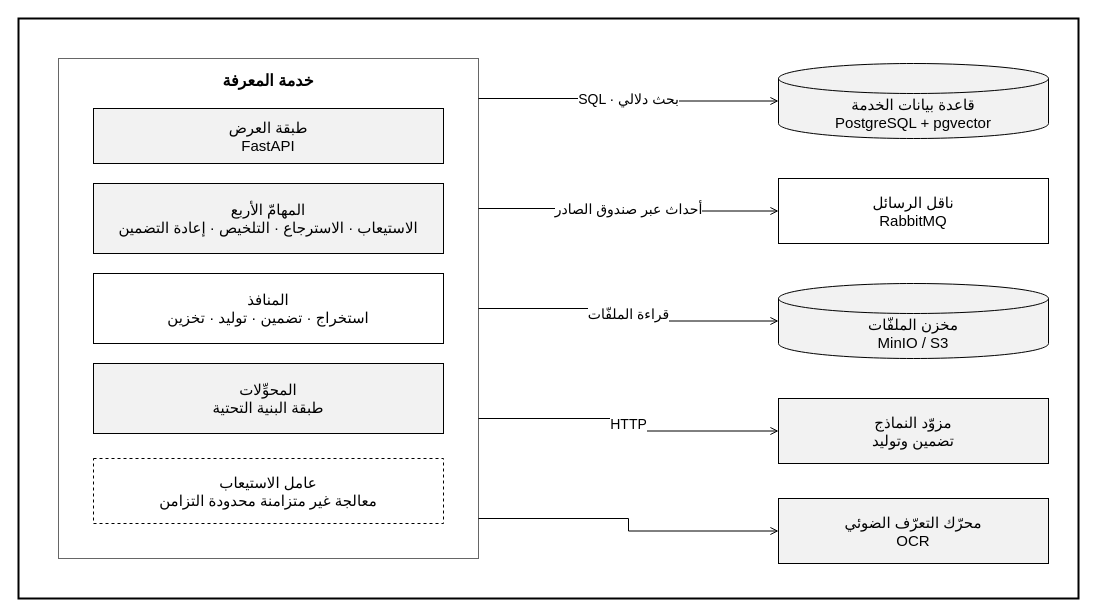
The draw.io diagram docs/report/diagrams/drawio/comp-05-rag.drawio in JafarMahmood123/IntelliLect, before the edit. Source tidied: cells renumbered, new cells numbered last; positions are measured from the earlier drawing's top-left corner, leaving out a move shared by most shapes. Both pictures are drawn from the tidied source at 100%, with x=0, y=0 at pixel (18, 18).
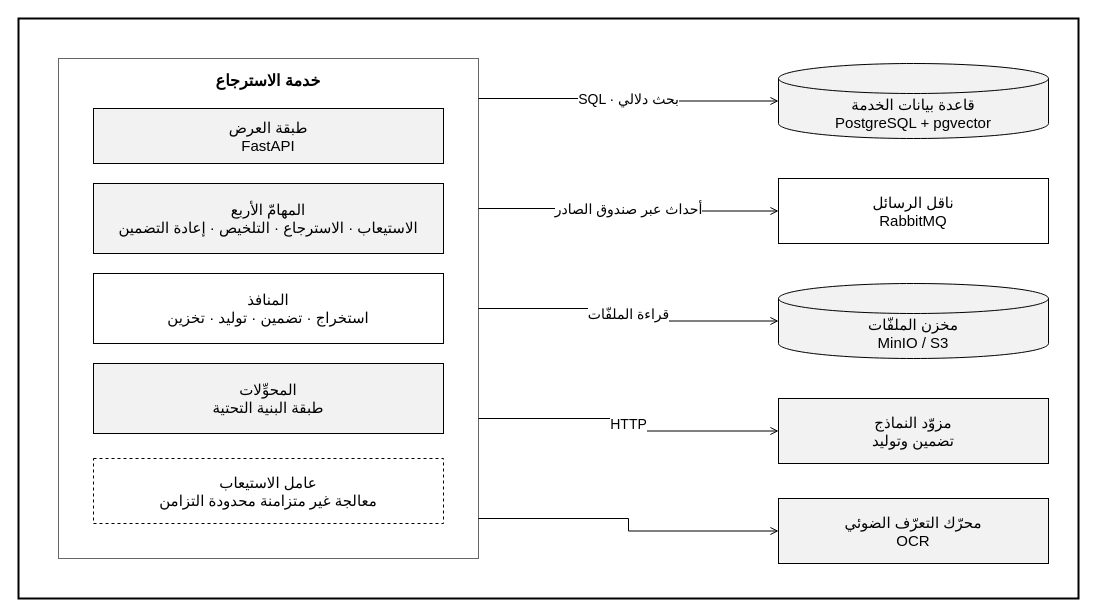
After the change.

Diff of the diagram source:
```diff
@@
 <mxGraphModel>
   <root>
     <mxCell id="0" />
     <mxCell id="1" parent="0" />
     <mxCell id="2" style="rounded=0;whiteSpace=wrap;html=1;fillColor=none;strokeColor=#000000;strokeWidth=2;" parent="1" vertex="1">
       <mxGeometry width="1060" height="580" as="geometry" />
     </mxCell>
-    <mxCell id="3" value="خدمة المعرفة" style="rounded=0;whiteSpace=wrap;html=1;fillColor=none;strokeColor=#666666;verticalAlign=top;fontSize=16;fontStyle=1;spacingTop=6;" parent="1" vertex="1">
+    <mxCell id="3" value="خدمة الاسترجاع" style="rounded=0;whiteSpace=wrap;html=1;fillColor=none;strokeColor=#666666;verticalAlign=top;fontSize=16;fontStyle=1;spacingTop=6;" parent="1" vertex="1">
       <mxGeometry x="40" y="40" width="420" height="500" as="geometry" />
     </mxCell>
     <mxCell id="4" value="طبقة العرض&lt;br&gt;FastAPI" style="rounded=0;whiteSpace=wrap;html=1;fillColor=#F2F2F2;strokeColor=#000000;fontSize=15;" parent="1" vertex="1">
       <mxGeometry x="75" y="90" width="350" height="55" as="geometry" />
     </mxCell>
     <mxCell id="5" value="المهامّ الأربع&lt;br&gt;الاستيعاب · الاسترجاع · التلخيص · إعادة التضمين" style="rounded=0;whiteSpace=wrap;html=1;fillColor=#F2F2F2;strokeColor=#000000;fontSize=15;" parent="1" vertex="1">
       <mxGeometry x="75" y="165" width="350" height="70" as="geometry" />
     </mxCell>
     <mxCell id="6" value="المنافذ&lt;br&gt;استخراج · تضمين · توليد · تخزين" style="rounded=0;whiteSpace=wrap;html=1;fillColor=#FFFFFF;strokeColor=#000000;fontSize=15;" parent="1" vertex="1">
       <mxGeometry x="75" y="255" width="350" height="70" as="geometry" />
     </mxCell>
     <mxCell id="7" value="المحوِّلات&lt;br&gt;طبقة البنية التحتية" style="rounded=0;whiteSpace=wrap;html=1;fillColor=#F2F2F2;strokeColor=#000000;fontSize=15;" parent="1" vertex="1">
       <mxGeometry x="75" y="345" width="350" height="70" as="geometry" />
     </mxCell>
     <mxCell id="8" value="عامل الاستيعاب&lt;br&gt;معالجة غير متزامنة محدودة التزامن" style="rounded=0;whiteSpace=wrap;html=1;fillColor=#FFFFFF;strokeColor=#000000;dashed=1;fontSize=15;" parent="1" vertex="1">
       <mxGeometry x="75" y="440" width="350" height="65" as="geometry" />
     </mxCell>
     <mxCell id="9" value="قاعدة بيانات الخدمة&lt;br&gt;PostgreSQL + pgvector" style="shape=cylinder3;boundedLbl=1;backgroundOutline=1;size=15;whiteSpace=wrap;html=1;fillColor=#F2F2F2;strokeColor=#000000;fontSize=15;" parent="1" vertex="1">
       <mxGeometry x="760" y="45" width="270" height="75" as="geometry" />
     </mxCell>
     <mxCell id="10" value="ناقل الرسائل&lt;br&gt;RabbitMQ" style="rounded=0;whiteSpace=wrap;html=1;fillColor=#FFFFFF;strokeColor=#000000;fontSize=15;" parent="1" vertex="1">
       <mxGeometry x="760" y="160" width="270" height="65" as="geometry" />
     </mxCell>
     <mxCell id="11" value="مخزن الملفّات&lt;br&gt;MinIO / S3" style="shape=cylinder3;boundedLbl=1;backgroundOutline=1;size=15;whiteSpace=wrap;html=1;fillColor=#F2F2F2;strokeColor=#000000;fontSize=15;" parent="1" vertex="1">
       <mxGeometry x="760" y="265" width="270" height="75" as="geometry" />
     </mxCell>
     <mxCell id="12" value="مزوّد النماذج&lt;br&gt;تضمين وتوليد" style="rounded=0;whiteSpace=wrap;html=1;fillColor=#F2F2F2;strokeColor=#000000;fontSize=15;" parent="1" vertex="1">
       <mxGeometry x="760" y="380" width="270" height="65" as="geometry" />
     </mxCell>
     <mxCell id="13" value="محرّك التعرّف الضوئي&lt;br&gt;OCR" style="rounded=0;whiteSpace=wrap;html=1;fillColor=#F2F2F2;strokeColor=#000000;fontSize=15;" parent="1" vertex="1">
       <mxGeometry x="760" y="480" width="270" height="65" as="geometry" />
     </mxCell>
     <mxCell id="14" value="SQL · بحث دلالي" style="edgeStyle=orthogonalEdgeStyle;html=1;rounded=0;endArrow=open;endFill=0;strokeColor=#000000;fontSize=14;exitX=1;exitY=0.08;entryX=0;entryY=0.5;" parent="1" edge="1" source="3" target="9">
       <mxGeometry relative="1" as="geometry" />
     </mxCell>
     <mxCell id="15" value="أحداث عبر صندوق الصادر" style="edgeStyle=orthogonalEdgeStyle;html=1;rounded=0;endArrow=open;endFill=0;strokeColor=#000000;fontSize=14;exitX=1;exitY=0.3;entryX=0;entryY=0.5;" parent="1" edge="1" source="3" target="10">
       <mxGeometry relative="1" as="geometry" />
     </mxCell>
     <mxCell id="16" value="قراءة الملفّات" style="edgeStyle=orthogonalEdgeStyle;html=1;rounded=0;endArrow=open;endFill=0;strokeColor=#000000;fontSize=14;exitX=1;exitY=0.5;entryX=0;entryY=0.5;" parent="1" edge="1" source="3" target="11">
       <mxGeometry relative="1" as="geometry" />
     </mxCell>
     <mxCell id="17" value="HTTP" style="edgeStyle=orthogonalEdgeStyle;html=1;rounded=0;endArrow=open;endFill=0;strokeColor=#000000;fontSize=14;exitX=1;exitY=0.72;entryX=0;entryY=0.5;" parent="1" edge="1" source="3" target="12">
       <mxGeometry relative="1" as="geometry" />
     </mxCell>
     <mxCell id="18" style="edgeStyle=orthogonalEdgeStyle;html=1;rounded=0;endArrow=open;endFill=0;strokeColor=#000000;fontSize=14;exitX=1;exitY=0.92;entryX=0;entryY=0.5;" parent="1" edge="1" source="3" target="13">
       <mxGeometry relative="1" as="geometry" />
     </mxCell>
   </root>
 </mxGraphModel>
```
